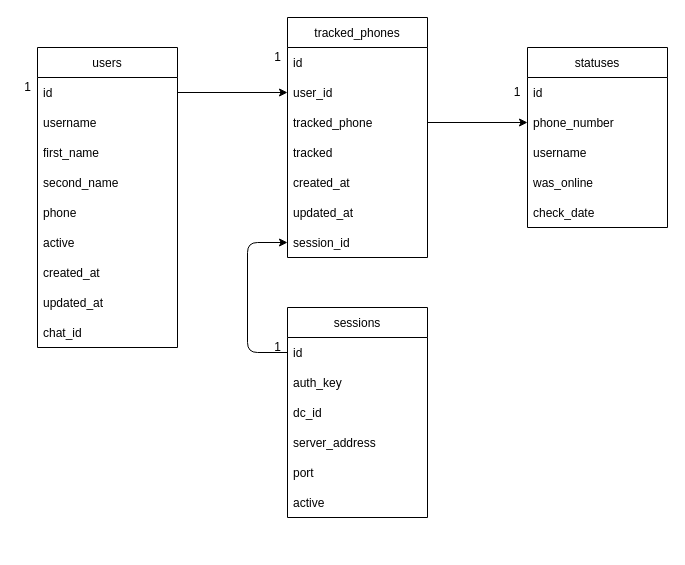
in-contact-online/inContact keeps this draw.io diagram as db_schema.drawio. Above is the earlier version. Source tidied: cells renumbered, new cells numbered last; positions are measured from the earlier drawing's top-left corner, leaving out a move shared by most shapes. Both pictures are drawn from the tidied source at 100%, with x=0, y=0 at pixel (17, 17).
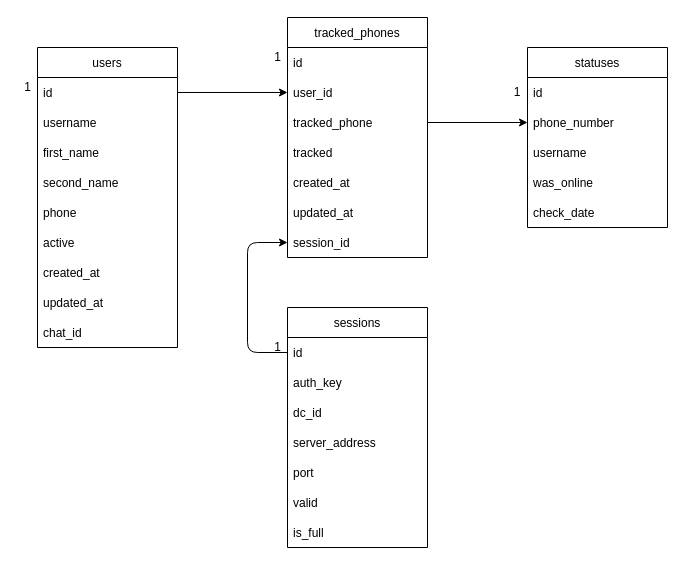
The same page after the edit.

The change refers to these unchanged cells:
```xml
<mxCell id="34" style="group;" parent="1" vertex="1">
  <mxGeometry x="250" y="290" width="160" height="60" as="geometry" />
</mxCell>
```

Change to the diagram source:
```diff
@@
     <mxCell id="35" value="sessions" style="swimlane;fontStyle=0;horizontal=1;startSize=30;" parent="34" vertex="1">
-      <mxGeometry x="20" width="140" height="210" as="geometry" />
+      <mxGeometry x="20" width="140" height="240" as="geometry" />
     </mxCell>
@@
-    <mxCell id="41" value="active" style="text;strokeColor=none;fillColor=none;align=left;verticalAlign=middle;spacingLeft=4;spacingRight=4;overflow=hidden;" parent="35" vertex="1">
-      <mxGeometry y="180" width="140" height="30" as="geometry" />
-    </mxCell>
+    <mxCell id="45" value="valid" style="text;strokeColor=none;fillColor=none;align=left;verticalAlign=middle;spacingLeft=4;spacingRight=4;overflow=hidden;" parent="35" vertex="1">
+      <mxGeometry y="180" width="140" height="30" as="geometry" />
+    </mxCell>
+    <mxCell id="46" value="is_full" style="text;strokeColor=none;fillColor=none;align=left;verticalAlign=middle;spacingLeft=4;spacingRight=4;overflow=hidden;" parent="35" vertex="1">
+      <mxGeometry y="210" width="140" height="30" as="geometry" />
+    </mxCell>
```
